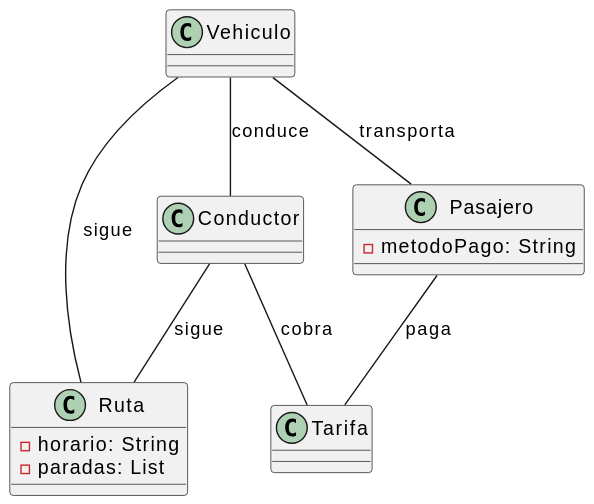
Earlier version of the PlantUML export images/diagramaClasesBase.svg (Ingenieria-Informatica-UNEATLANTICO/app-actividad-post-parcial-ceesargaarcia).
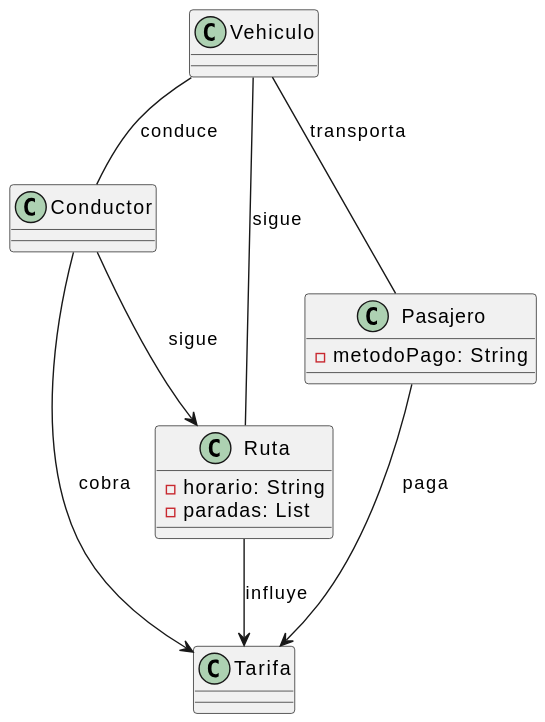
After the change.

Diff of the diagram source:
```diff
@@ -16,10 +16,11 @@
 
 class Tarifa {
 }
-Conductor -- Ruta: sigue
+Conductor --> Ruta: sigue
 Vehiculo --  Conductor: conduce
 Vehiculo -- Pasajero: transporta
-Conductor -- Tarifa: cobra
+Conductor --> Tarifa: cobra
 Vehiculo -- Ruta: sigue
-Pasajero -- Tarifa: paga
+Pasajero --> Tarifa: paga
+Ruta --> Tarifa: influye
 @enduml
```
